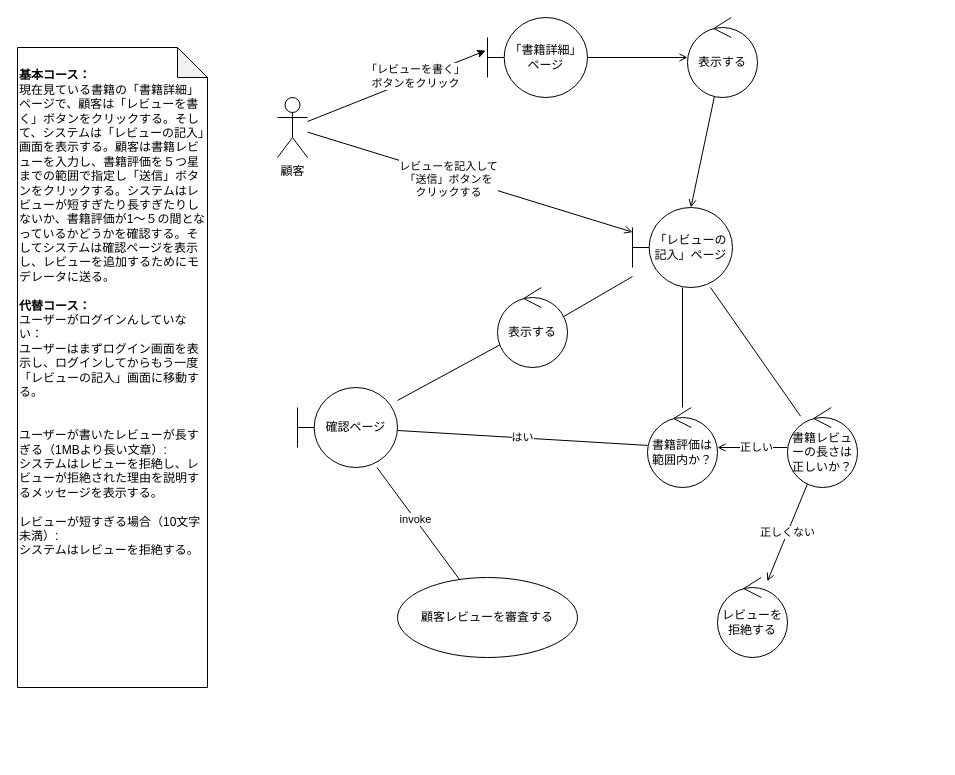
Above: architecture/robastness/顧客レビューを書く.drawio in rinotc/practice_iconix (draw.io), before the change. Source tidied: cells renumbered, new cells numbered last; positions are measured from the earlier drawing's top-left corner, leaving out a move shared by most shapes. Both pictures are drawn from the tidied source at 100%, with x=0, y=0 at pixel (17, 17).
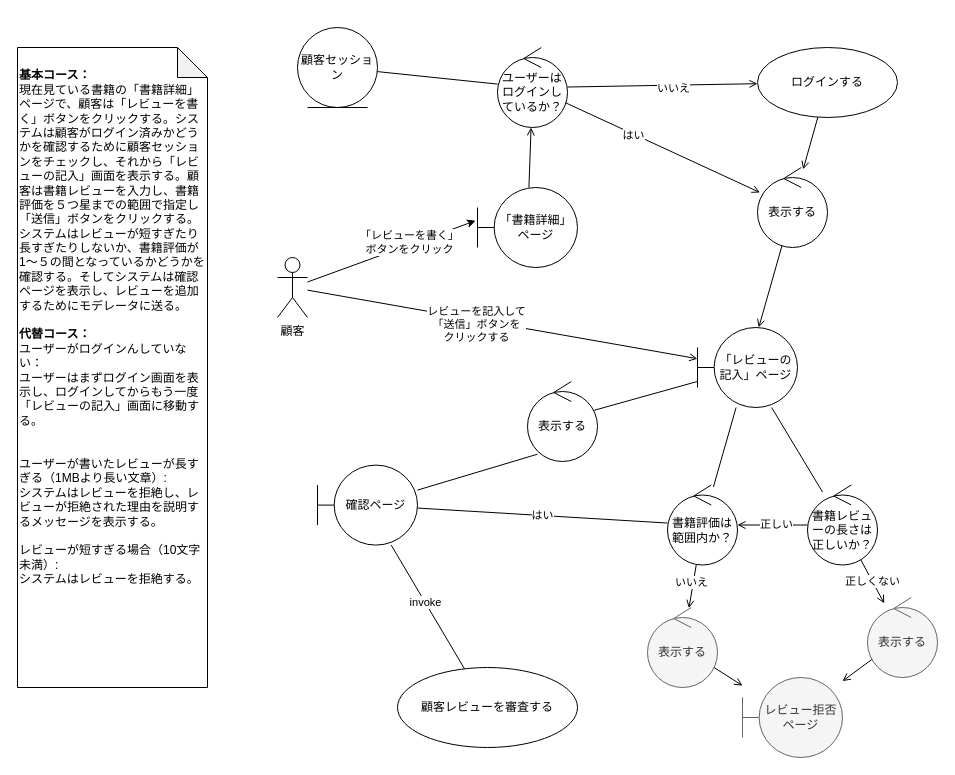
The same diagram, later.

Commit message:
Update 顧客レビューを書く.drawio

Change to the diagram source:
```diff
@@
-    <mxCell id="2" value="&lt;b&gt;&lt;br&gt;基本コース：&lt;/b&gt;&lt;br&gt;現在見ている書籍の「書籍詳細」ページで、顧客は「レビューを書く」ボタンをクリックする。そして、システムは「レビューの記入」画面を表示する。顧客は書籍レビューを入力し、書籍評価を５つ星までの範囲で指定し「送信」ボタンをクリックする。システムはレビューが短すぎたり長すぎたりしないか、書籍評価が1〜５の間となっているかどうかを確認する。そしてシステムは確認ページを表示し、レビューを追加するためにモデレータに送る。&lt;br&gt;&lt;br&gt;&lt;b&gt;代替コース：&lt;br&gt;&lt;/b&gt;ユーザーがログインんしていない：&lt;br&gt;ユーザーはまずログイン画面を表示し、ログインしてからもう一度「レビューの記入」画面に移動する。&lt;br&gt;&lt;br&gt;&lt;br&gt;ユーザーが書いたレビューが長すぎる（1MBより長い文章）:&lt;br&gt;システムはレビューを拒絶し、レビューが拒絶された理由を説明するメッセージを表示する。&lt;br&gt;&lt;br&gt;レビューが短すぎる場合（10文字未満）:&lt;br&gt;システムはレビューを拒絶する。" style="shape=note;whiteSpace=wrap;html=1;backgroundOutline=1;darkOpacity=0.05;align=left;verticalAlign=top;" parent="1" vertex="1">
+    <mxCell id="2" value="&lt;b&gt;&lt;br&gt;基本コース：&lt;/b&gt;&lt;br&gt;現在見ている書籍の「書籍詳細」ページで、顧客は「レビューを書く」ボタンをクリックする。システムは顧客がログイン済みかどうかを確認するために顧客セッションをチェックし、それから「レビューの記入」画面を表示する。顧客は書籍レビューを入力し、書籍評価を５つ星までの範囲で指定し「送信」ボタンをクリックする。システムはレビューが短すぎたり長すぎたりしないか、書籍評価が1〜５の間となっているかどうかを確認する。そしてシステムは確認ページを表示し、レビューを追加するためにモデレータに送る。&lt;br&gt;&lt;br&gt;&lt;b&gt;代替コース：&lt;br&gt;&lt;/b&gt;ユーザーがログインんしていない：&lt;br&gt;ユーザーはまずログイン画面を表示し、ログインしてからもう一度「レビューの記入」画面に移動する。&lt;br&gt;&lt;br&gt;&lt;br&gt;ユーザーが書いたレビューが長すぎる（1MBより長い文章）:&lt;br&gt;システムはレビューを拒絶し、レビューが拒絶された理由を説明するメッセージを表示する。&lt;br&gt;&lt;br&gt;レビューが短すぎる場合（10文字未満）:&lt;br&gt;システムはレビューを拒絶する。" style="shape=note;whiteSpace=wrap;html=1;backgroundOutline=1;darkOpacity=0.05;align=left;verticalAlign=top;" parent="1" vertex="1">
       <mxGeometry y="30" width="190" height="640" as="geometry" />
     </mxCell>
@@
     <mxCell id="7" value="顧客" style="shape=umlActor;verticalLabelPosition=bottom;verticalAlign=top;html=1;" parent="1" vertex="1">
-      <mxGeometry x="260" y="80" width="30" height="60" as="geometry" />
+      <mxGeometry x="260" y="240" width="30" height="60" as="geometry" />
     </mxCell>
@@
     <mxCell id="11" value="「レビューの記入」ページ" style="shape=umlBoundary;whiteSpace=wrap;html=1;" parent="1" vertex="1">
-      <mxGeometry x="615" y="190" width="100" height="80" as="geometry" />
+      <mxGeometry x="680" y="310" width="100" height="80" as="geometry" />
     </mxCell>
@@
+    <mxCell id="29" style="edgeStyle=none;rounded=0;jettySize=auto;html=1;endArrow=open;endFill=0;" parent="1" edge="1" source="13" target="44">
+      <mxGeometry relative="1" as="geometry" />
+    </mxCell>
+    <mxCell id="30" value="いいえ" style="edgeLabel;html=1;align=center;verticalAlign=middle;" parent="29" vertex="1">
+      <mxGeometry x="-0.17" y="-2" relative="1" as="geometry" />
+    </mxCell>
     <mxCell id="13" value="書籍評価は範囲内か？" style="ellipse;shape=umlControl;whiteSpace=wrap;html=1;" parent="1" vertex="1">
-      <mxGeometry x="630" y="390" width="70" height="80" as="geometry" />
+      <mxGeometry x="650" y="467.5" width="70" height="80" as="geometry" />
     </mxCell>
@@
     <mxCell id="17" value="書籍レビューの長さは正しいか？" style="ellipse;shape=umlControl;whiteSpace=wrap;html=1;" parent="1" vertex="1">
-      <mxGeometry x="770" y="390" width="70" height="80" as="geometry" />
+      <mxGeometry x="790" y="467.5" width="70" height="80" as="geometry" />
     </mxCell>
+    <mxCell id="31" style="edgeStyle=none;rounded=0;jettySize=auto;html=1;endArrow=open;endFill=0;" parent="1" edge="1" source="18" target="42">
+      <mxGeometry relative="1" as="geometry" />
+    </mxCell>
-    <mxCell id="18" value="レビューを拒絶する" style="ellipse;shape=umlControl;whiteSpace=wrap;html=1;" parent="1" vertex="1">
-      <mxGeometry x="700" y="560" width="70" height="80" as="geometry" />
+    <mxCell id="18" value="表示する" style="ellipse;shape=umlControl;whiteSpace=wrap;html=1;fillColor=#f5f5f5;fontColor=#333333;strokeColor=#666666;" parent="1" vertex="1">
+      <mxGeometry x="850" y="580" width="70" height="80" as="geometry" />
     </mxCell>
-    <mxCell id="19" style="edgeStyle=none;rounded=0;jettySize=auto;html=1;endArrow=open;endFill=0;" parent="1" edge="1" source="20" target="22">
-      <mxGeometry relative="1" as="geometry" />
-    </mxCell>
+    <mxCell id="32" style="edgeStyle=none;rounded=0;jettySize=auto;html=1;endArrow=open;endFill=0;" parent="1" edge="1" source="20" target="39">
+      <mxGeometry relative="1" as="geometry" />
+    </mxCell>
     <mxCell id="20" value="「書籍詳細」ページ" style="shape=umlBoundary;whiteSpace=wrap;html=1;" parent="1" vertex="1">
-      <mxGeometry x="470" width="100" height="80" as="geometry" />
+      <mxGeometry x="460" y="170" width="100" height="80" as="geometry" />
     </mxCell>
@@
     <mxCell id="22" value="表示する" style="ellipse;shape=umlControl;whiteSpace=wrap;html=1;" parent="1" vertex="1">
-      <mxGeometry x="670" width="70" height="80" as="geometry" />
+      <mxGeometry x="740" y="150" width="70" height="80" as="geometry" />
     </mxCell>
@@
     <mxCell id="25" value="確認ページ" style="shape=umlBoundary;whiteSpace=wrap;html=1;" parent="1" vertex="1">
-      <mxGeometry x="280" y="370" width="100" height="80" as="geometry" />
+      <mxGeometry x="300" y="447.6" width="100" height="80" as="geometry" />
     </mxCell>
-    <mxCell id="26" style="edgeStyle=none;rounded=0;jettySize=auto;html=1;endArrow=none;endFill=0;" parent="1" edge="1" source="27" target="25">
+    <mxCell id="26" style="edgeStyle=none;rounded=0;jettySize=auto;html=1;endArrow=none;endFill=0;exitX=0.141;exitY=0.909;exitDx=0;exitDy=0;exitPerimeter=0;" parent="1" edge="1" source="27" target="25">
       <mxGeometry relative="1" as="geometry" />
     </mxCell>
     <mxCell id="27" value="表示する" style="ellipse;shape=umlControl;whiteSpace=wrap;html=1;" parent="1" vertex="1">
-      <mxGeometry x="480" y="270" width="70" height="80" as="geometry" />
+      <mxGeometry x="510" y="364" width="70" height="80" as="geometry" />
     </mxCell>
     <mxCell id="28" value="顧客レビューを審査する" style="ellipse;whiteSpace=wrap;html=1;" parent="1" vertex="1">
-      <mxGeometry x="380" y="560" width="180" height="80" as="geometry" />
+      <mxGeometry x="380" y="650" width="180" height="80" as="geometry" />
     </mxCell>
+    <mxCell id="33" value="顧客セッション" style="ellipse;shape=umlEntity;whiteSpace=wrap;html=1;" parent="1" vertex="1">
+      <mxGeometry x="280" y="10" width="80" height="80" as="geometry" />
+    </mxCell>
+    <mxCell id="34" style="edgeStyle=none;rounded=0;jettySize=auto;html=1;endArrow=none;endFill=0;" parent="1" edge="1" source="39" target="33">
+      <mxGeometry relative="1" as="geometry" />
+    </mxCell>
+    <mxCell id="35" style="edgeStyle=none;rounded=0;jettySize=auto;html=1;endArrow=open;endFill=0;" parent="1" edge="1" source="39" target="41">
+      <mxGeometry relative="1" as="geometry" />
+    </mxCell>
+    <mxCell id="36" value="いいえ" style="edgeLabel;html=1;align=center;verticalAlign=middle;" parent="35" vertex="1">
+      <mxGeometry x="0.1" y="-3" relative="1" as="geometry" />
+    </mxCell>
+    <mxCell id="37" style="edgeStyle=none;rounded=0;jettySize=auto;html=1;endArrow=open;endFill=0;" parent="1" edge="1" source="39" target="22">
+      <mxGeometry relative="1" as="geometry" />
+    </mxCell>
+    <mxCell id="38" value="はい" style="edgeLabel;html=1;align=center;verticalAlign=middle;" parent="37" vertex="1">
+      <mxGeometry x="-0.3" y="-1" relative="1" as="geometry" />
+    </mxCell>
+    <mxCell id="39" value="ユーザーはログインしているか？" style="ellipse;shape=umlControl;whiteSpace=wrap;html=1;" parent="1" vertex="1">
+      <mxGeometry x="480" y="30" width="70" height="80" as="geometry" />
+    </mxCell>
+    <mxCell id="40" style="edgeStyle=none;rounded=0;jettySize=auto;html=1;endArrow=open;endFill=0;" parent="1" edge="1" source="41" target="22">
+      <mxGeometry relative="1" as="geometry" />
+    </mxCell>
+    <mxCell id="41" value="ログインする" style="ellipse;whiteSpace=wrap;html=1;" parent="1" vertex="1">
+      <mxGeometry x="740" y="30" width="140" height="70" as="geometry" />
+    </mxCell>
+    <mxCell id="42" value="レビュー拒否ページ" style="shape=umlBoundary;whiteSpace=wrap;html=1;fillColor=#f5f5f5;fontColor=#333333;strokeColor=#666666;" parent="1" vertex="1">
+      <mxGeometry x="725" y="660" width="100" height="80" as="geometry" />
+    </mxCell>
+    <mxCell id="43" style="edgeStyle=none;rounded=0;jettySize=auto;html=1;endArrow=open;endFill=0;" parent="1" edge="1" source="44" target="42">
+      <mxGeometry relative="1" as="geometry" />
+    </mxCell>
+    <mxCell id="44" value="表示する" style="ellipse;shape=umlControl;whiteSpace=wrap;html=1;fillColor=#f5f5f5;fontColor=#333333;strokeColor=#666666;" parent="1" vertex="1">
+      <mxGeometry x="630" y="590" width="70" height="80" as="geometry" />
+    </mxCell>
```
